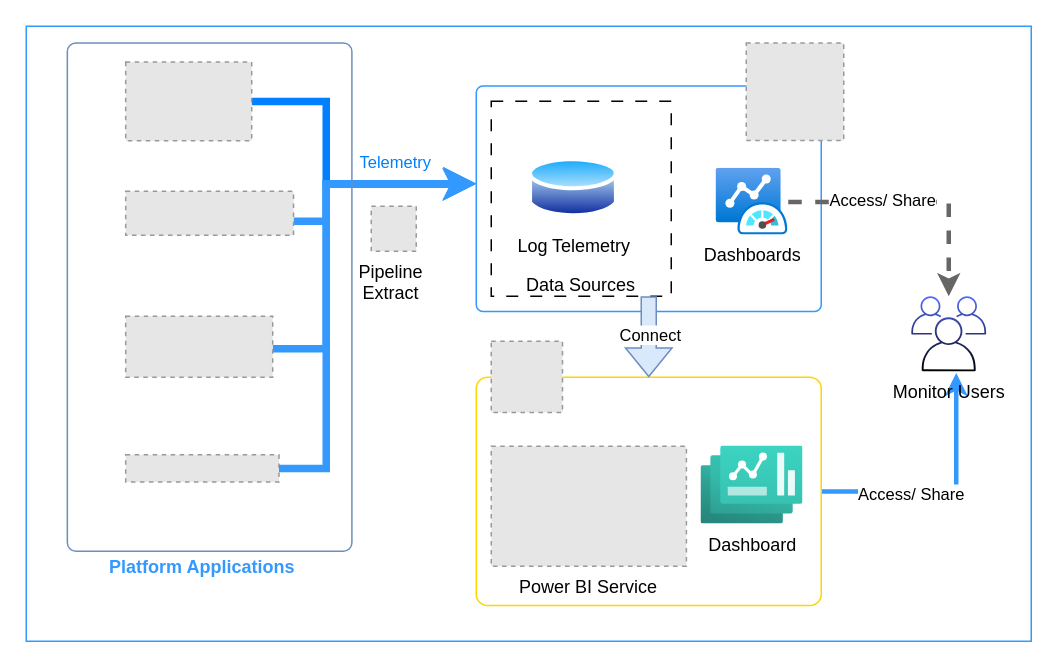
This is Monitor.drawio from jijeeshme/diagrams, a draw.io file, before an edit. Source tidied: cells renumbered, new cells numbered last; positions are measured from the earlier drawing's top-left corner, leaving out a move shared by most shapes. Both pictures are drawn from the tidied source at 150%, with x=0, y=0 at pixel (26, 26). Pictures stored in the file or linked from it are replaced by grey dashed boxes.
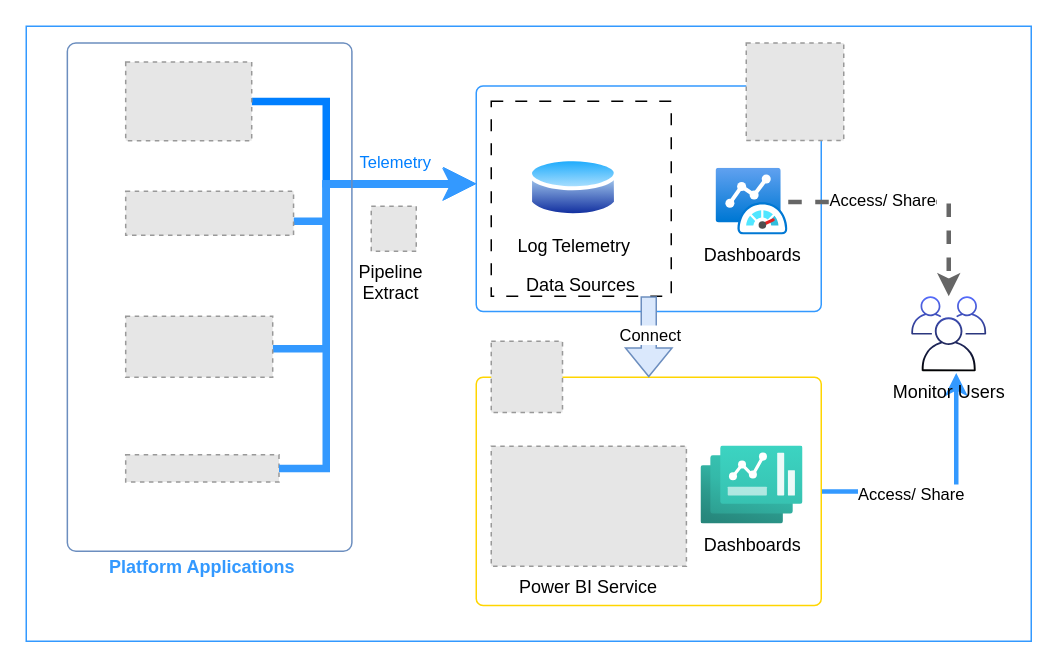
The same page after the edit.

The edit, as a diff of the source:
```diff
@@
-    <mxCell id="6" style="rounded=1;whiteSpace=wrap;html=1;fillColor=none;arcSize=5;strokeColor=light-dark(#ffd500, #ededed);" parent="1" vertex="1">
+    <mxCell id="6" style="rounded=1;whiteSpace=wrap;html=1;fillColor=none;arcSize=3;strokeColor=light-dark(#ffd500, #ededed);" parent="1" vertex="1">
       <mxGeometry x="300" y="234" width="230" height="152.2" as="geometry" />
     </mxCell>
@@
-    <mxCell id="28" value="Dashboard" style="image;html=1;align=center;fontSize=12;image=img/lib/azure2/other/Dashboard_Hub.svg;imageBackground=default;" parent="1" vertex="1">
+    <mxCell id="28" value="Dashboards" style="image;html=1;align=center;fontSize=12;image=img/lib/azure2/other/Dashboard_Hub.svg;imageBackground=default;" parent="1" vertex="1">
       <mxGeometry x="450" y="280" width="68" height="52" as="geometry" />
     </mxCell>
```
